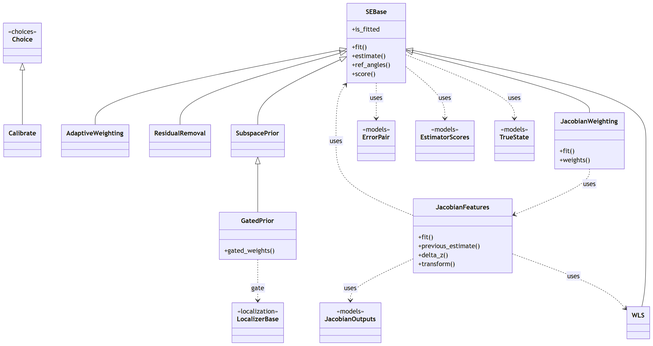
The Mermaid diagram docs/figures/diagrams/classes_estimation.png in myersben9/fdia-graph, before a commit. Its source is kept beside it as docs/figures/diagrams/classes_estimation.mmd.
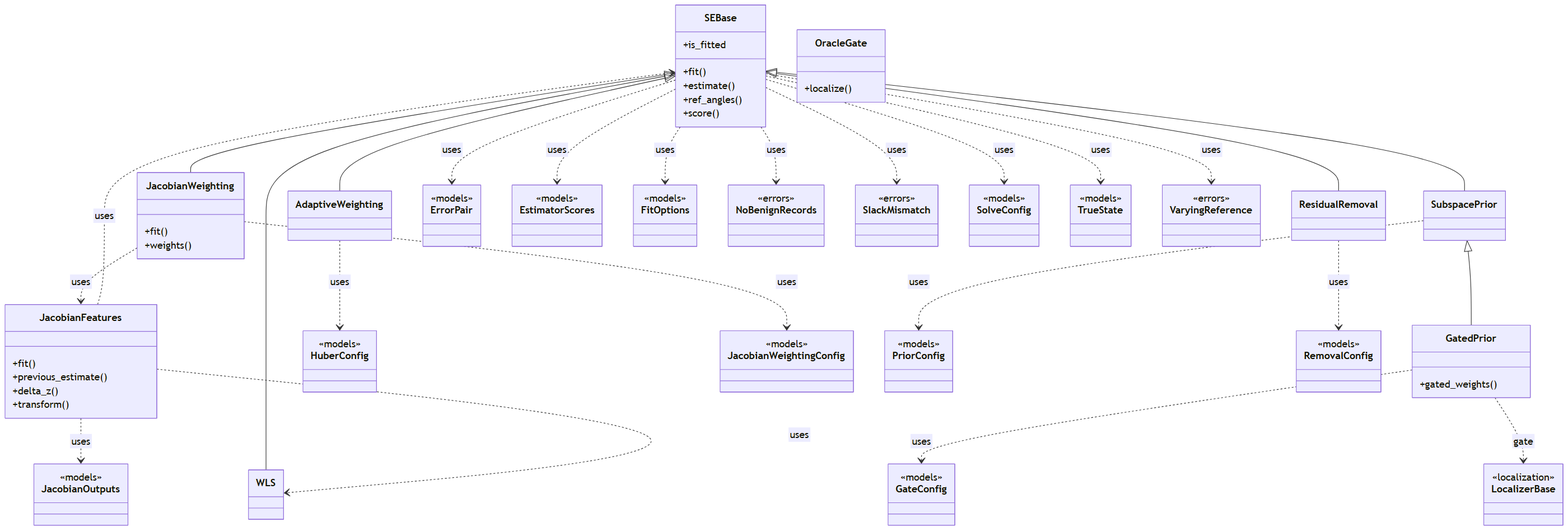
After the change.

Change to the diagram source:
```diff
@@ -1,6 +1,4 @@
 classDiagram
-    class Calibrate {
-    }
     class SEBase {
         +fit()
         +is_fitted
@@ -20,6 +18,9 @@
         +fit()
         +weights()
     }
+    class OracleGate {
+        +localize()
+    }
     class GatedPrior {
         +gated_weights()
     }
@@ -29,36 +30,72 @@
         +delta_z()
         +transform()
     }
-    class Choice {
-        <<choices>>
-    }
     class ErrorPair {
         <<models>>
     }
     class EstimatorScores {
         <<models>>
     }
+    class FitOptions {
+        <<models>>
+    }
+    class GateConfig {
+        <<models>>
+    }
+    class HuberConfig {
+        <<models>>
+    }
     class JacobianOutputs {
+        <<models>>
+    }
+    class JacobianWeightingConfig {
         <<models>>
     }
     class LocalizerBase {
         <<localization>>
     }
+    class NoBenignRecords {
+        <<errors>>
+    }
+    class PriorConfig {
+        <<models>>
+    }
+    class RemovalConfig {
+        <<models>>
+    }
+    class SlackMismatch {
+        <<errors>>
+    }
+    class SolveConfig {
+        <<models>>
+    }
     class TrueState {
         <<models>>
     }
-    Choice <|-- Calibrate
+    class VaryingReference {
+        <<errors>>
+    }
     SEBase <|-- AdaptiveWeighting
     SEBase <|-- JacobianWeighting
     SEBase <|-- ResidualRemoval
     SEBase <|-- SubspacePrior
     SEBase <|-- WLS
     SubspacePrior <|-- GatedPrior
+    AdaptiveWeighting ..> HuberConfig : uses
+    GatedPrior ..> GateConfig : uses
     GatedPrior ..> LocalizerBase : gate
     JacobianFeatures ..> JacobianOutputs : uses
     JacobianFeatures ..> SEBase : uses
     JacobianFeatures ..> WLS : uses
     JacobianWeighting ..> JacobianFeatures : uses
+    JacobianWeighting ..> JacobianWeightingConfig : uses
+    ResidualRemoval ..> RemovalConfig : uses
     SEBase ..> ErrorPair : uses
     SEBase ..> EstimatorScores : uses
+    SEBase ..> FitOptions : uses
+    SEBase ..> NoBenignRecords : uses
+    SEBase ..> SlackMismatch : uses
+    SEBase ..> SolveConfig : uses
     SEBase ..> TrueState : uses
+    SEBase ..> VaryingReference : uses
+    SubspacePrior ..> PriorConfig : uses
```
